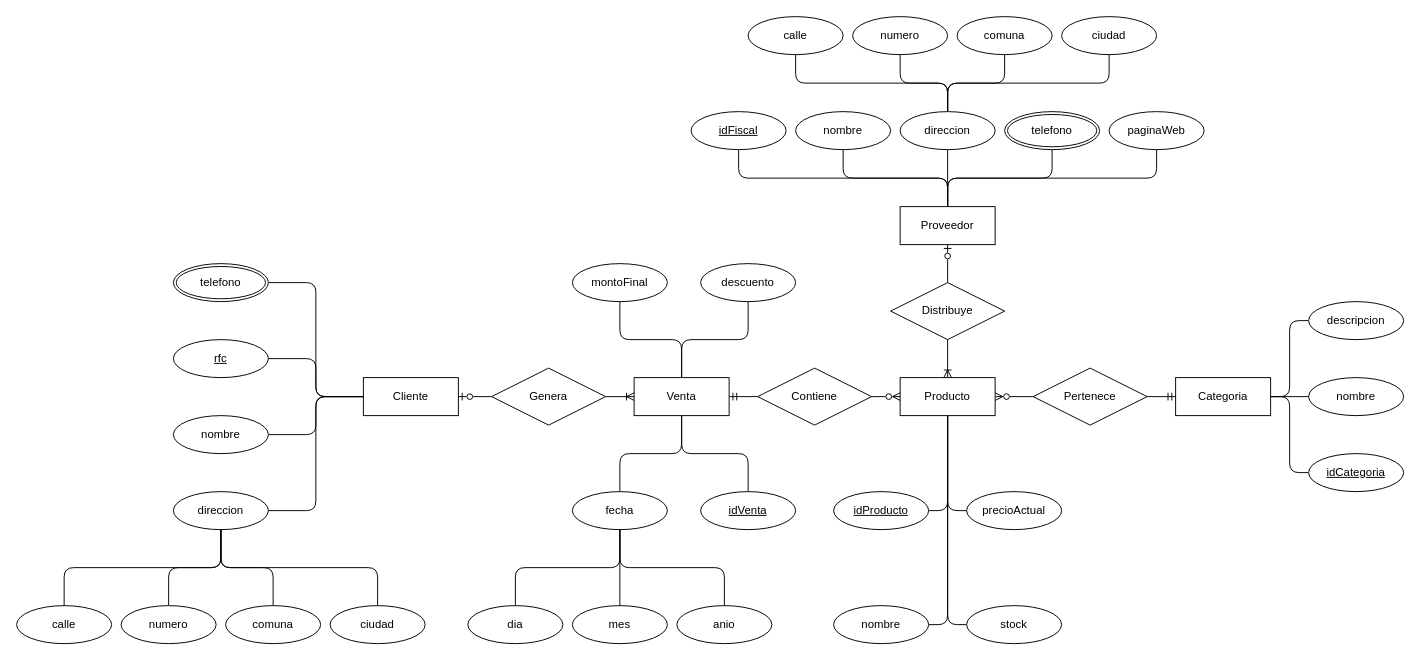
Before: Activity-2-6.drawio in xmr-p/DatabaseCharts, a draw.io diagram. Source tidied: cells renumbered, new cells numbered last; positions are measured from the earlier drawing's top-left corner, leaving out a move shared by most shapes. Both pictures are drawn from the tidied source at 95%, with x=0, y=0 at pixel (16, 16).
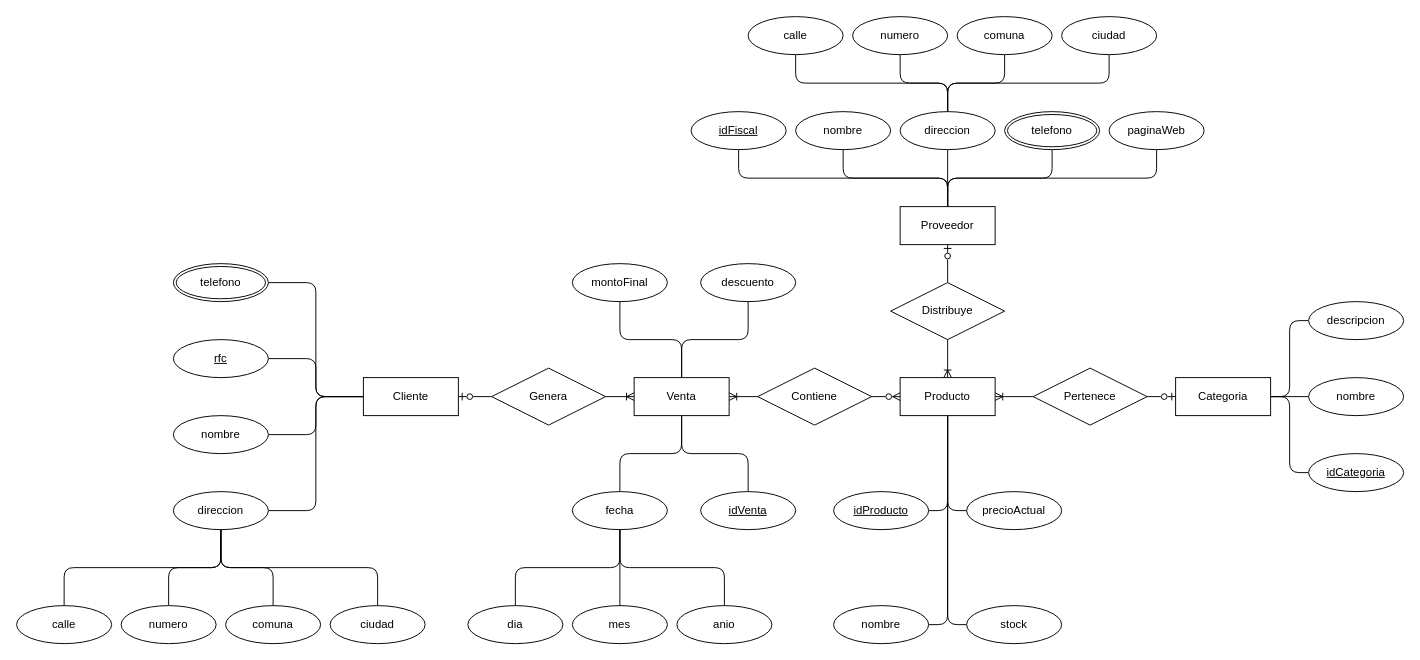
The same diagram, later.

The change refers to these unchanged cells:
```xml
<mxCell id="8" value="Producto" style="whiteSpace=wrap;html=1;align=center;" parent="1" vertex="1">
  <mxGeometry x="930" y="380" width="100" height="40" as="geometry" />
</mxCell>
<mxCell id="20" value="Categoria" style="whiteSpace=wrap;html=1;align=center;" parent="1" vertex="1">
  <mxGeometry x="1220" y="380" width="100" height="40" as="geometry" />
</mxCell>
<mxCell id="24" value="Pertenece" style="shape=rhombus;perimeter=rhombusPerimeter;whiteSpace=wrap;html=1;align=center;" parent="1" vertex="1">
  <mxGeometry x="1070" y="370" width="120" height="60" as="geometry" />
</mxCell>
<mxCell id="26" value="Contiene" style="shape=rhombus;perimeter=rhombusPerimeter;whiteSpace=wrap;html=1;align=center;" parent="1" vertex="1">
  <mxGeometry x="780" y="370" width="120" height="60" as="geometry" />
</mxCell>
<mxCell id="57" value="Venta" style="whiteSpace=wrap;html=1;align=center;" parent="1" vertex="1">
  <mxGeometry x="650" y="380" width="100" height="40" as="geometry" />
</mxCell>
```

The edit, as a diff of the source:
```diff
@@
-    <mxCell id="2" style="edgeStyle=orthogonalEdgeStyle;rounded=0;jettySize=auto;html=1;exitX=1;exitY=0.5;exitDx=0;exitDy=0;entryX=0;entryY=0.5;entryDx=0;entryDy=0;endArrow=none;endFill=0;startArrow=ERzeroToMany;startFill=0;" parent="1" edge="1" source="8" target="24">
-      <mxGeometry relative="1" as="geometry" />
+    <mxCell id="2" style="edgeStyle=orthogonalEdgeStyle;rounded=0;jettySize=auto;html=1;exitX=1;exitY=0.5;exitDx=0;exitDy=0;entryX=0;entryY=0.5;entryDx=0;entryDy=0;endArrow=none;endFill=0;startArrow=ERoneToMany;startFill=0;" parent="1" edge="1" source="8" target="24">
+      <mxGeometry relative="1" as="geometry">
+        <Array as="points">
+          <mxPoint x="1040" y="400" />
+          <mxPoint x="1040" y="400" />
+        </Array>
+      </mxGeometry>
     </mxCell>
@@
-    <mxCell id="23" style="edgeStyle=orthogonalEdgeStyle;rounded=1;jettySize=auto;html=1;exitX=1;exitY=0.5;exitDx=0;exitDy=0;entryX=0;entryY=0.5;entryDx=0;entryDy=0;curved=0;endArrow=ERmandOne;endFill=0;" parent="1" edge="1" source="24" target="20">
+    <mxCell id="23" style="edgeStyle=orthogonalEdgeStyle;rounded=1;jettySize=auto;html=1;exitX=1;exitY=0.5;exitDx=0;exitDy=0;entryX=0;entryY=0.5;entryDx=0;entryDy=0;curved=0;endArrow=ERzeroToOne;endFill=0;" parent="1" edge="1" source="24" target="20">
       <mxGeometry relative="1" as="geometry" />
     </mxCell>
@@
-    <mxCell id="56" style="edgeStyle=orthogonalEdgeStyle;rounded=1;jettySize=auto;html=1;exitX=1;exitY=0.5;exitDx=0;exitDy=0;entryX=0;entryY=0.5;entryDx=0;entryDy=0;endArrow=none;endFill=0;curved=0;startArrow=ERmandOne;startFill=0;" parent="1" edge="1" source="57" target="26">
+    <mxCell id="56" style="edgeStyle=orthogonalEdgeStyle;rounded=1;jettySize=auto;html=1;exitX=1;exitY=0.5;exitDx=0;exitDy=0;entryX=0;entryY=0.5;entryDx=0;entryDy=0;endArrow=none;endFill=0;curved=0;startArrow=ERoneToMany;startFill=0;" parent="1" edge="1" source="57" target="26">
       <mxGeometry relative="1" as="geometry" />
     </mxCell>
```
